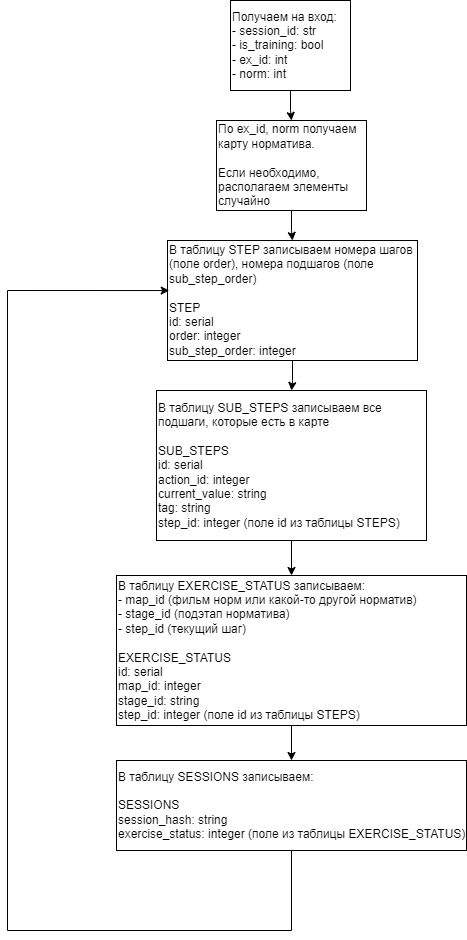
Vlattte/eed-backend2 keeps this draw.io diagram as diagrams/KUTC.png. Above is the earlier version. Source tidied: cells renumbered, new cells last; positions are measured from the earlier drawing's top-left corner, leaving out a move shared by most shapes. Its diagram source:
```xml
<mxGraphModel>
  <root>
    <mxCell id="0" />
    <mxCell id="1" parent="0" />
    <mxCell id="2" style="edgeStyle=orthogonalEdgeStyle;rounded=0;jettySize=auto;html=1;" parent="1" edge="1" source="3" target="5">
      <mxGeometry relative="1" as="geometry" />
    </mxCell>
    <mxCell id="3" value="Получаем на вход:&lt;div&gt;-&amp;nbsp;session_id: str&lt;/div&gt;&lt;div&gt;-&amp;nbsp;is_training: bool&lt;/div&gt;&lt;div&gt;-&amp;nbsp;ex_id: int&lt;/div&gt;&lt;div&gt;- norm: int&lt;/div&gt;" style="rounded=0;whiteSpace=wrap;html=1;align=left;" parent="1" vertex="1">
      <mxGeometry x="223" width="120" height="90" as="geometry" />
    </mxCell>
    <mxCell id="4" style="edgeStyle=orthogonalEdgeStyle;rounded=0;jettySize=auto;html=1;entryX=0.5;entryY=0;entryDx=0;entryDy=0;" parent="1" edge="1" source="5" target="7">
      <mxGeometry relative="1" as="geometry" />
    </mxCell>
    <mxCell id="5" value="По ex_id, norm получаем карту норматива.&amp;nbsp;&lt;div&gt;&lt;br&gt;&lt;/div&gt;&lt;div&gt;Если необходимо, располагаем элементы случайно&lt;/div&gt;" style="rounded=0;whiteSpace=wrap;html=1;align=left;" parent="1" vertex="1">
      <mxGeometry x="209" y="120" width="150" height="90" as="geometry" />
    </mxCell>
    <mxCell id="6" style="edgeStyle=orthogonalEdgeStyle;rounded=0;jettySize=auto;html=1;" parent="1" edge="1" source="7" target="9">
      <mxGeometry relative="1" as="geometry" />
    </mxCell>
    <mxCell id="7" value="В таблицу STEP записываем номера шагов (поле order), номера подшагов (поле sub_step_order)&lt;div&gt;&lt;br&gt;&lt;/div&gt;&lt;div&gt;STEP&lt;/div&gt;&lt;div&gt;id: serial&lt;/div&gt;&lt;div&gt;order: integer&lt;/div&gt;&lt;div&gt;sub_step_order: integer&lt;/div&gt;" style="rounded=0;whiteSpace=wrap;html=1;align=left;" parent="1" vertex="1">
      <mxGeometry x="160" y="240" width="250" height="120" as="geometry" />
    </mxCell>
    <mxCell id="8" style="edgeStyle=orthogonalEdgeStyle;rounded=0;jettySize=auto;html=1;" parent="1" edge="1" source="9" target="11">
      <mxGeometry relative="1" as="geometry" />
    </mxCell>
    <mxCell id="9" value="В таблицу SUB_STEPS записываем все подшаги, которые есть в карте&lt;div&gt;&lt;br&gt;&lt;/div&gt;&lt;div&gt;SUB_STEPS&lt;/div&gt;&lt;div&gt;id: serial&lt;/div&gt;&lt;div&gt;action_id: integer&lt;/div&gt;&lt;div&gt;current_value: string&lt;/div&gt;&lt;div&gt;tag: string&lt;/div&gt;&lt;div&gt;step_id: integer (поле id из таблицы STEPS)&lt;/div&gt;" style="whiteSpace=wrap;html=1;align=left;rounded=0;" parent="1" vertex="1">
      <mxGeometry x="149" y="390" width="270" height="150" as="geometry" />
    </mxCell>
    <mxCell id="10" style="edgeStyle=orthogonalEdgeStyle;rounded=0;jettySize=auto;html=1;" parent="1" edge="1" source="11" target="12">
      <mxGeometry relative="1" as="geometry" />
    </mxCell>
    <mxCell id="11" value="В таблицу EXERCISE_STATUS записываем:&lt;div&gt;- map_id (фильм норм или какой-то другой норматив)&lt;/div&gt;&lt;div&gt;- stage_id (подэтап норматива)&lt;/div&gt;&lt;div&gt;- step_id (текущий шаг)&lt;br&gt;&lt;div&gt;&lt;br&gt;&lt;/div&gt;&lt;div&gt;EXERCISE_STATUS&lt;br&gt;&lt;/div&gt;&lt;div&gt;id: serial&lt;/div&gt;&lt;div&gt;map_id: integer&lt;/div&gt;&lt;div&gt;stage_id: string&lt;/div&gt;&lt;div&gt;&lt;span style=&quot;background-color: initial;&quot;&gt;step_id: integer (поле id из таблицы STEPS)&lt;/span&gt;&lt;br&gt;&lt;/div&gt;&lt;/div&gt;" style="whiteSpace=wrap;html=1;align=left;rounded=0;" parent="1" vertex="1">
      <mxGeometry x="109" y="575" width="350" height="150" as="geometry" />
    </mxCell>
    <mxCell id="12" value="В таблицу SESSIONS записываем:&lt;div&gt;&lt;br&gt;&lt;/div&gt;&lt;div&gt;SESSIONS&lt;/div&gt;&lt;div&gt;session_hash: string&lt;/div&gt;&lt;div&gt;exercise_status: integer (поле из таблицы&amp;nbsp;&lt;span style=&quot;background-color: initial;&quot;&gt;EXERCISE_STATUS)&lt;/span&gt;&lt;/div&gt;" style="whiteSpace=wrap;html=1;align=left;rounded=0;" parent="1" vertex="1">
      <mxGeometry x="109" y="760" width="350" height="90" as="geometry" />
    </mxCell>
    <mxCell id="13" style="edgeStyle=orthogonalEdgeStyle;rounded=0;jettySize=auto;html=1;exitX=0.5;exitY=1;exitDx=0;exitDy=0;entryX=0.007;entryY=0.417;entryDx=0;entryDy=0;entryPerimeter=0;" parent="1" edge="1" source="12" target="7">
      <mxGeometry relative="1" as="geometry">
        <Array as="points">
          <mxPoint x="284" y="930" />
          <mxPoint y="930" />
          <mxPoint y="290" />
        </Array>
      </mxGeometry>
    </mxCell>
  </root>
</mxGraphModel>
```
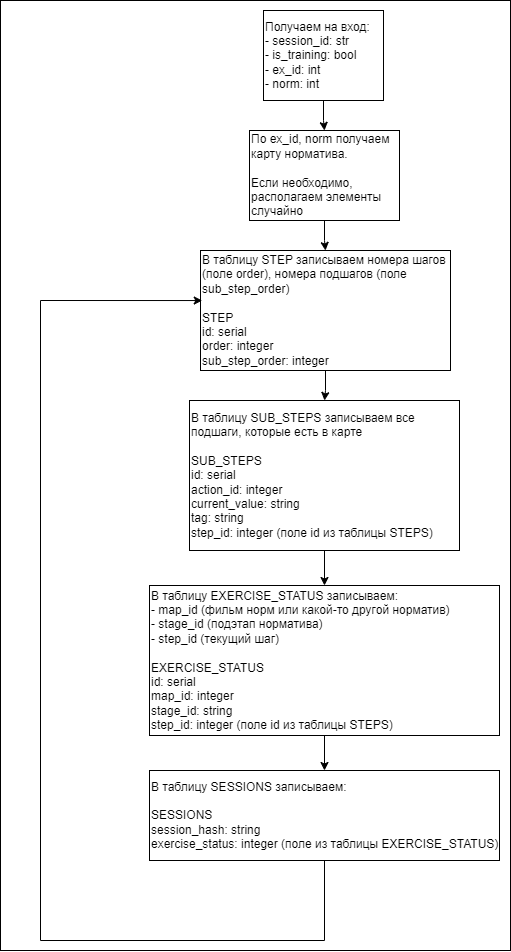
After the commit.

What changed in the source:
```diff
@@ -2,6 +2,9 @@
   <root>
     <mxCell id="0" />
     <mxCell id="1" parent="0" />
+    <mxCell id="14" style="rounded=0;whiteSpace=wrap;html=1;" parent="1" vertex="1">
+      <mxGeometry x="-40" y="-10" width="510" height="950" as="geometry" />
+    </mxCell>
     <mxCell id="2" style="edgeStyle=orthogonalEdgeStyle;rounded=0;jettySize=auto;html=1;" parent="1" edge="1" source="3" target="5">
       <mxGeometry relative="1" as="geometry" />
     </mxCell>
```
